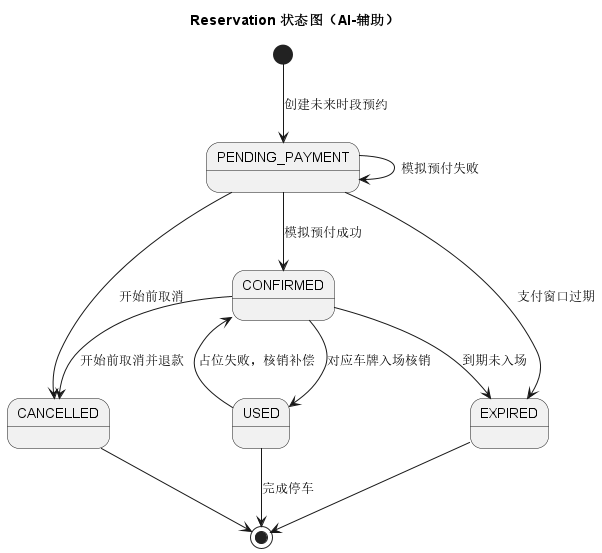
Before: models/rendered/04-reservation-state.png, a diagram exported from PlantUML (Gindama713/UMLWORK).
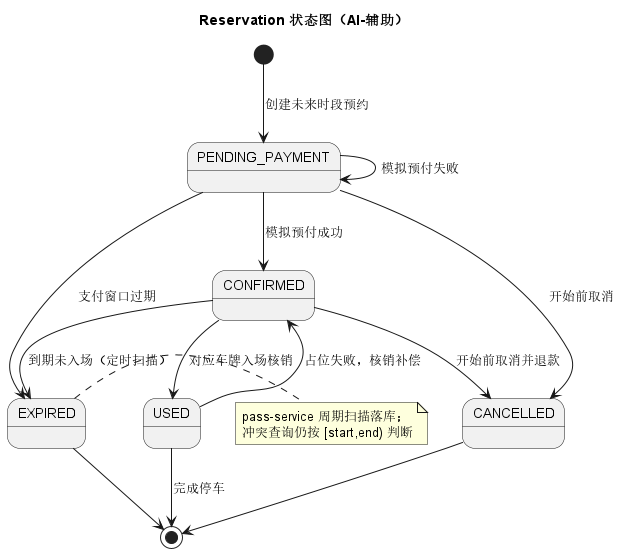
Above is the later version.

Diff of the diagram source:
```diff
@@ -7,7 +7,8 @@
 PENDING_PAYMENT --> EXPIRED : 支付窗口过期
 CONFIRMED --> USED : 对应车牌入场核销
 CONFIRMED --> CANCELLED : 开始前取消并退款
-CONFIRMED --> EXPIRED : 到期未入场
+CONFIRMED --> EXPIRED : 到期未入场（定时扫描）
+note right of EXPIRED : pass-service 周期扫描落库；\n冲突查询仍按 [start,end) 判断
 USED --> CONFIRMED : 占位失败，核销补偿
 USED --> [*] : 完成停车
 CANCELLED --> [*]
```
